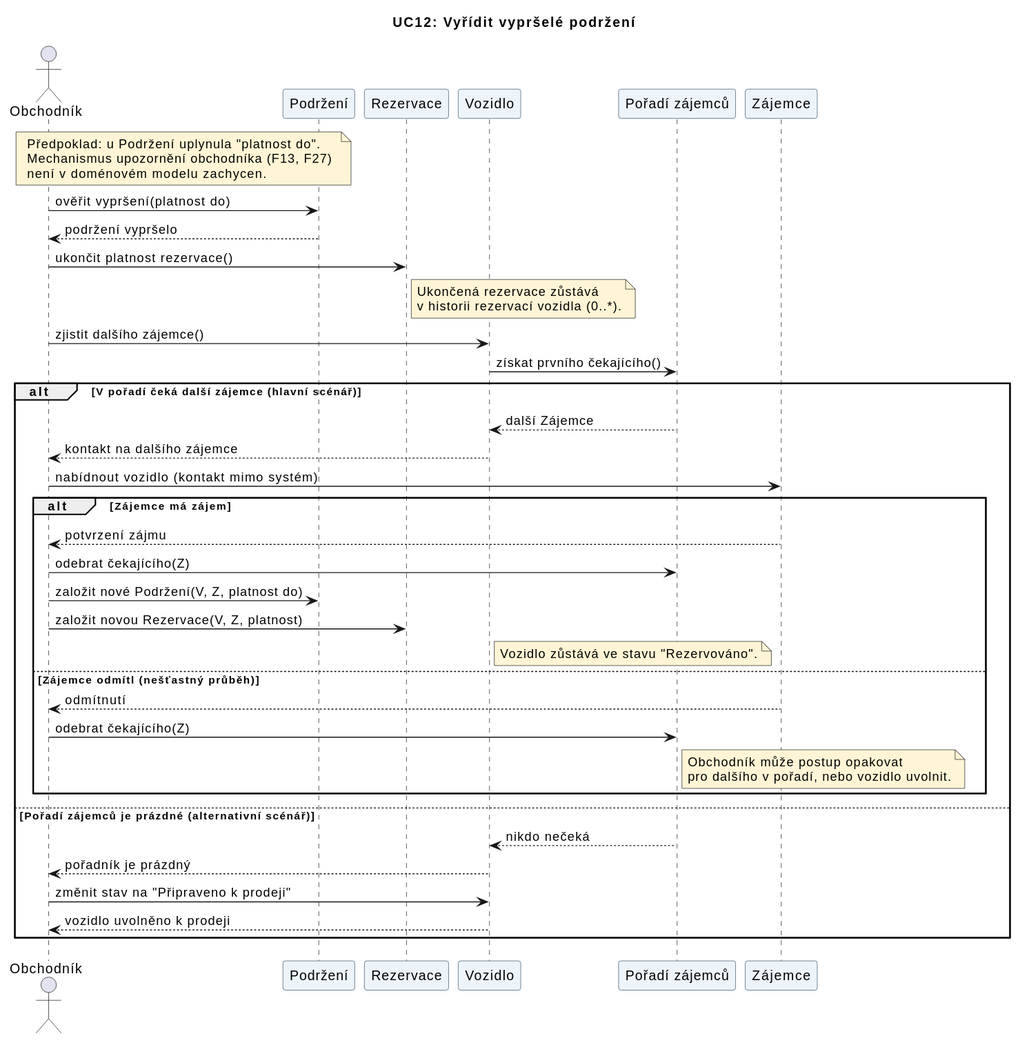
Above: diagrams/seq-uc12-vyridit-vyprsele-podrzeni.svg in Svoby25/is_autobazar (PlantUML), before the change.
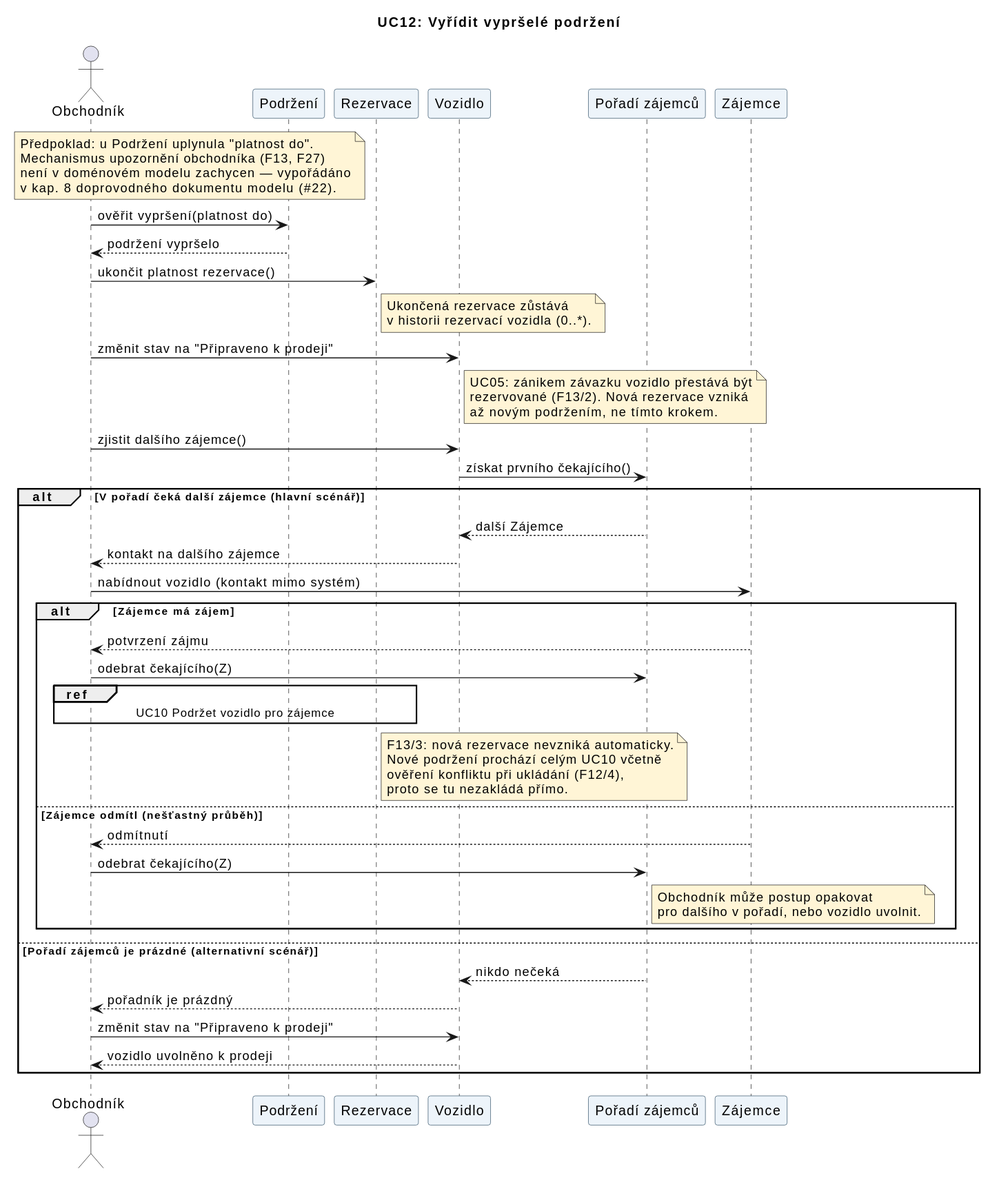
The same file after the commit.

Commit message:
Vypořádány nálezy ze sekvenčních diagramů (#22)

The edit, as a diff of the source:
```diff
@@ -16,7 +16,8 @@
 note over O, P
   Předpoklad: u Podržení uplynula "platnost do".
   Mechanismus upozornění obchodníka (F13, F27)
-  není v doménovém modelu zachycen.
+  není v doménovém modelu zachycen — vypořádáno
+  v kap. 8 doprovodného dokumentu modelu (#22).
 end note
 
 O -> P : ověřit vypršení(platnost do)
@@ -26,6 +27,13 @@
 note right of R
   Ukončená rezervace zůstává
   v historii rezervací vozidla (0..*).
+end note
+
+O -> V : změnit stav na "Připraveno k prodeji"
+note right of V
+  UC05: zánikem závazku vozidlo přestává být
+  rezervované (F13/2). Nová rezervace vzniká
+  až novým podržením, ne tímto krokem.
 end note
 
 O -> V : zjistit dalšího zájemce()
@@ -40,10 +48,13 @@
   alt Zájemce má zájem
     Z --> O : potvrzení zájmu
     O -> PO : odebrat čekajícího(Z)
-    O -> P : založit nové Podržení(V, Z, platnost do)
-    O -> R : založit novou Rezervace(V, Z, platnost)
-    note right of V
-      Vozidlo zůstává ve stavu "Rezervováno".
+
+    ref over O, R : UC10 Podržet vozidlo pro zájemce
+    note right of R
+      F13/3: nová rezervace nevzniká automaticky.
+      Nové podržení prochází celým UC10 včetně
+      ověření konfliktu při ukládání (F12/4),
+      proto se tu nezakládá přímo.
     end note
   else Zájemce odmítl (nešťastný průběh)
     Z --> O : odmítnutí
```
